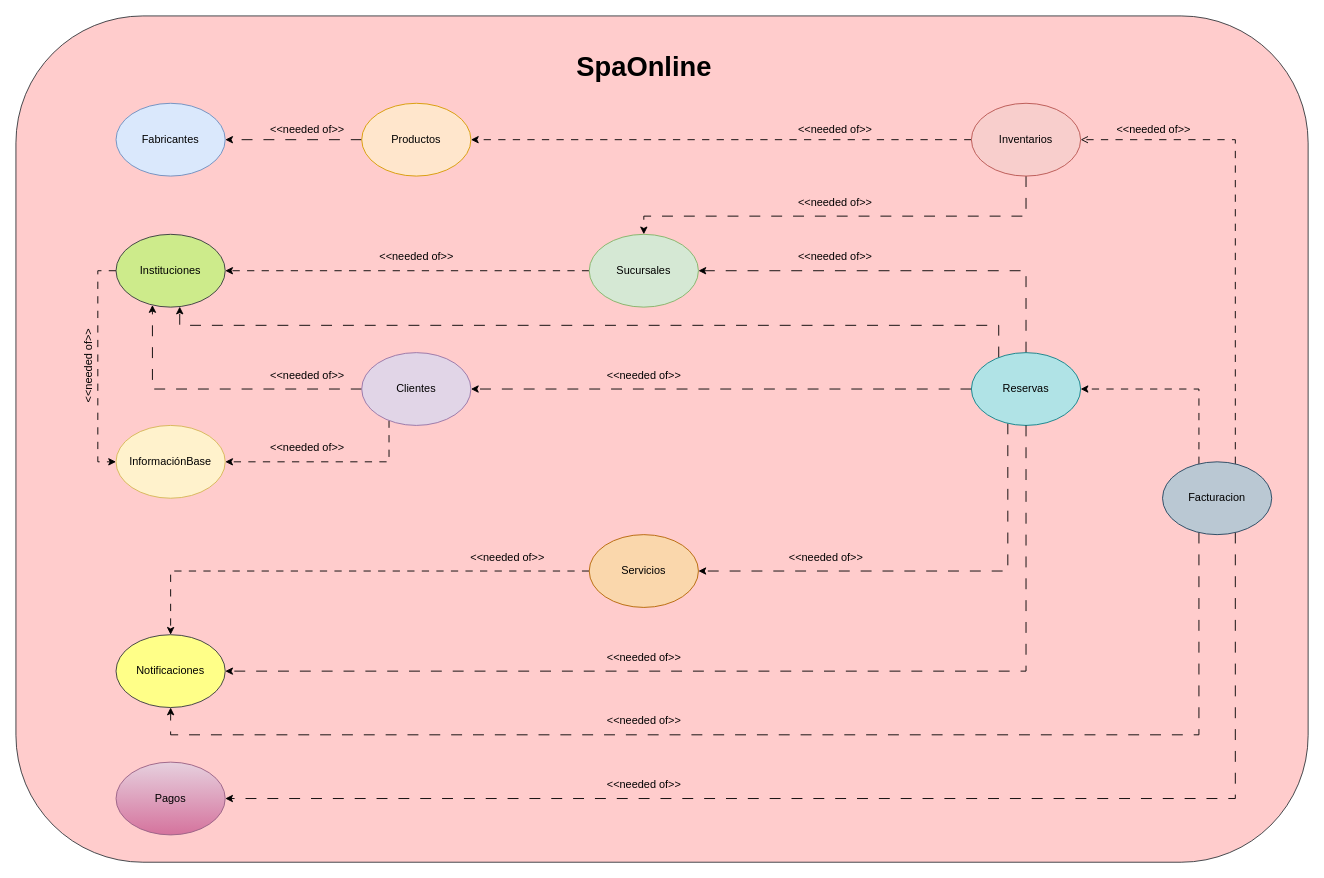
cristianospina/DOO keeps this draw.io diagram as page "2. ModeloContextoDeLimitado" (2 of 16) of SpaOnline/ModeloDominioSpa.drawio. Above is the earlier version. Source tidied: cells renumbered, new cells numbered last; positions are measured from the earlier drawing's top-left corner, leaving out a move shared by most shapes. Both pictures are drawn from the tidied source at 91%, with x=0, y=0 at pixel (15, 15).
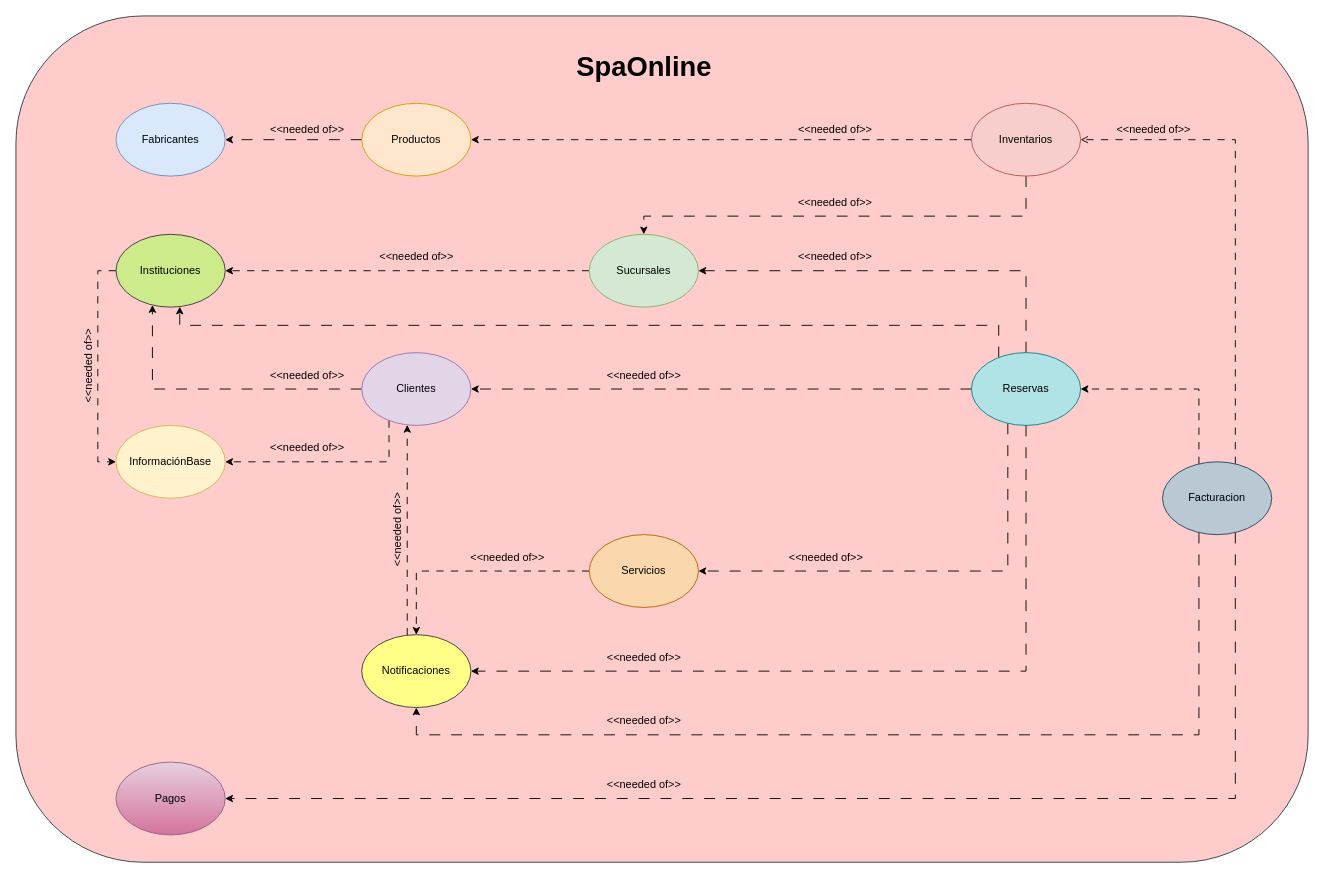
Above is the later version.

Unchanged cells that the change refers to:
```xml
<mxCell id="16" value="Facturacion" style="ellipse;whiteSpace=wrap;html=1;fillColor=#bac8d3;strokeColor=#23445d;" parent="1" vertex="1">
  <mxGeometry x="1260" y="490" width="120" height="80" as="geometry" />
</mxCell>
<mxCell id="18" value="Servicios" style="ellipse;whiteSpace=wrap;html=1;fillColor=#fad7ac;strokeColor=#b46504;" parent="1" vertex="1">
  <mxGeometry x="630" y="570" width="120" height="80" as="geometry" />
</mxCell>
<mxCell id="36" value="Clientes" style="ellipse;whiteSpace=wrap;html=1;fillColor=#e1d5e7;strokeColor=#9673a6;" parent="1" vertex="1">
  <mxGeometry x="380" y="370" width="120" height="80" as="geometry" />
</mxCell>
```

Diff of the diagram source:
```diff
@@
     <mxCell id="13" style="edgeStyle=orthogonalEdgeStyle;rounded=0;jettySize=auto;html=1;dashed=1;dashPattern=12 12;" parent="1" edge="1" source="16" target="24">
       <mxGeometry relative="1" as="geometry">
         <Array as="points">
           <mxPoint x="1300" y="790" />
-          <mxPoint x="170" y="790" />
+          <mxPoint x="440" y="790" />
         </Array>
       </mxGeometry>
     </mxCell>
@@
     <mxCell id="17" style="edgeStyle=orthogonalEdgeStyle;rounded=0;jettySize=auto;html=1;dashed=1;dashPattern=8 8;entryX=0.5;entryY=0;entryDx=0;entryDy=0;" parent="1" edge="1" source="18" target="24">
       <mxGeometry relative="1" as="geometry">
         <Array as="points">
-          <mxPoint x="170" y="610" />
+          <mxPoint x="440" y="610" />
         </Array>
       </mxGeometry>
     </mxCell>
@@
+    <mxCell id="48" style="edgeStyle=orthogonalEdgeStyle;rounded=0;jettySize=auto;html=1;dashed=1;dashPattern=8 8;" parent="1" edge="1" source="24" target="36">
+      <mxGeometry relative="1" as="geometry">
+        <Array as="points">
+          <mxPoint x="430" y="570" />
+          <mxPoint x="430" y="570" />
+        </Array>
+      </mxGeometry>
+    </mxCell>
     <mxCell id="24" value="Notificaciones" style="ellipse;whiteSpace=wrap;html=1;fillColor=#ffff88;strokeColor=#36393d;" parent="1" vertex="1">
-      <mxGeometry x="110" y="680" width="120" height="80" as="geometry" />
+      <mxGeometry x="380" y="680" width="120" height="80" as="geometry" />
     </mxCell>
@@
+    <mxCell id="49" value="&amp;lt;&amp;lt;needed of&amp;gt;&amp;gt;" style="text;html=1;align=center;verticalAlign=middle;strokeColor=none;fillColor=none;rotation=-90;" parent="1" vertex="1">
+      <mxGeometry x="370" y="550" width="100" height="30" as="geometry" />
+    </mxCell>
```
